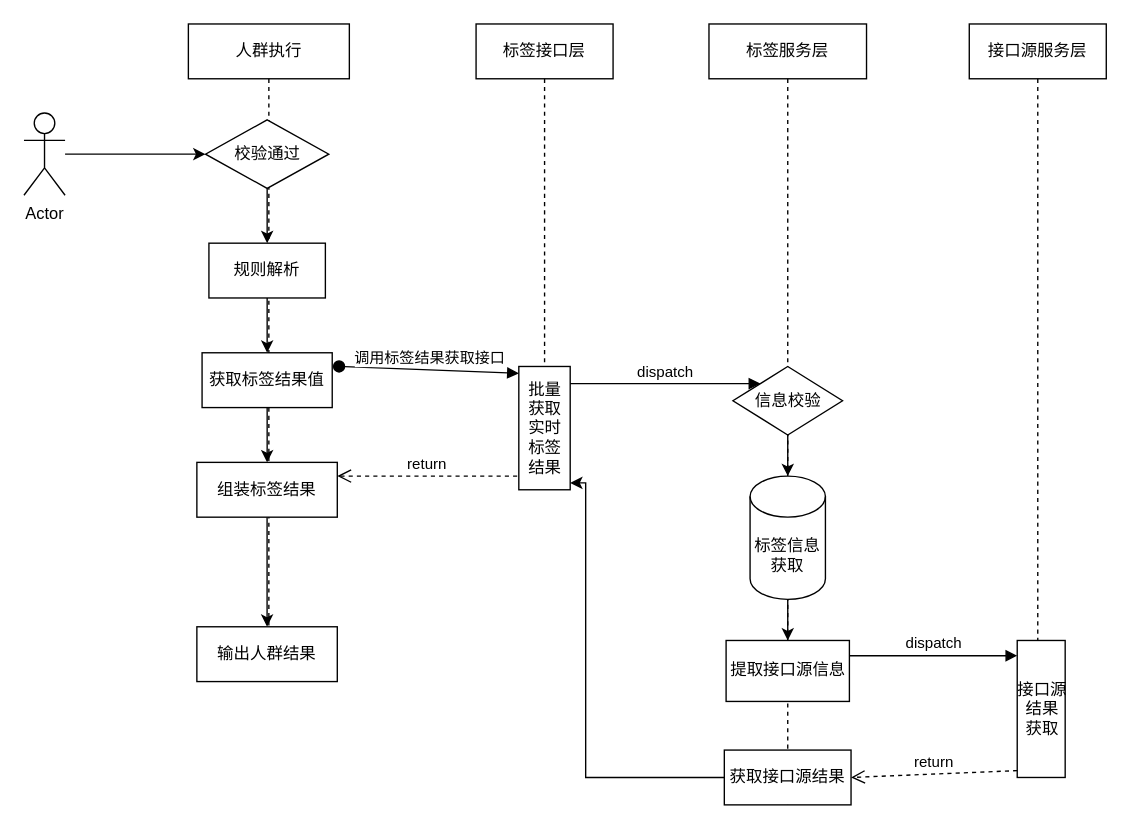
Earlier version of the draw.io diagram 实时标签泳道图.drawio (1418956397/JavaWeb-Project-Source-Share). Source tidied: cells renumbered, new cells numbered last; positions are measured from the earlier drawing's top-left corner, leaving out a move shared by most shapes. Both pictures are drawn from the tidied source at 137%, with x=0, y=0 at pixel (23, 23).
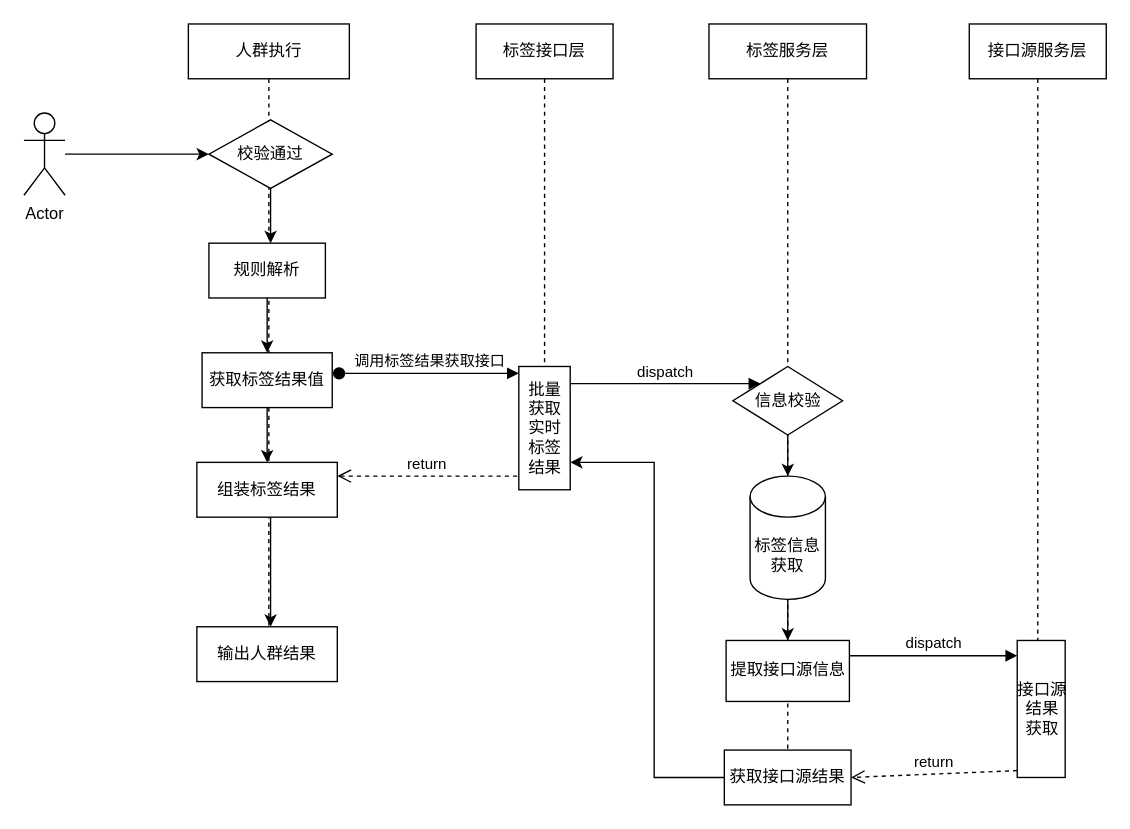
The same page after the edit.

Commit message:
更新实时标签泳道图.drawio

The change refers to these unchanged cells:
```xml
<mxCell id="4" value="人群执行" style="shape=umlLifeline;whiteSpace=wrap;html=1;newEdgeStyle={&quot;curved&quot;:0,&quot;rounded&quot;:0};perimeter=rectanglePerimeter;targetShapes=umlLifeline;participant=label;" parent="1" vertex="1">
  <mxGeometry x="120" width="117.5" height="480" as="geometry" />
</mxCell>
<mxCell id="6" value="规则解析" style="whiteSpace=wrap;html=1;" parent="4" vertex="1">
  <mxGeometry x="15" y="160" width="85" height="40" as="geometry" />
</mxCell>
<mxCell id="10" value="组装标签结果" style="whiteSpace=wrap;html=1;" parent="4" vertex="1">
  <mxGeometry x="6.2" y="320" width="102.5" height="40" as="geometry" />
</mxCell>
<mxCell id="11" value="输出人群结果" style="whiteSpace=wrap;html=1;" parent="4" vertex="1">
  <mxGeometry x="6.2" y="440" width="102.5" height="40" as="geometry" />
</mxCell>
<mxCell id="15" value="批量&lt;div&gt;获取&lt;/div&gt;&lt;div&gt;实时&lt;/div&gt;&lt;div&gt;标签&lt;/div&gt;&lt;div&gt;结果&lt;/div&gt;" style="html=1;points=[[0,0,0,0,5],[0,1,0,0,-5],[1,0,0,0,5],[1,1,0,0,-5]];perimeter=orthogonalPerimeter;outlineConnect=0;targetShapes=umlLifeline;portConstraint=eastwest;newEdgeStyle={&quot;curved&quot;:0,&quot;rounded&quot;:0};" parent="14" vertex="1">
  <mxGeometry x="31.2" y="250" width="37.5" height="90" as="geometry" />
</mxCell>
<mxCell id="19" value="获取接口源结果" style="whiteSpace=wrap;html=1;" parent="17" vertex="1">
  <mxGeometry x="11.2" y="530" width="92.5" height="40" as="geometry" />
</mxCell>
```

The edit, as a diff of the source:
```diff
@@
     <mxCell id="9" style="edgeStyle=orthogonalEdgeStyle;rounded=0;jettySize=auto;html=1;" parent="4" edge="1" source="10" target="11">
-      <mxGeometry relative="1" as="geometry" />
+      <mxGeometry relative="1" as="geometry">
+        <Array as="points">
+          <mxPoint x="60" y="400" />
+          <mxPoint x="60" y="400" />
+        </Array>
+      </mxGeometry>
     </mxCell>
@@
     <mxCell id="12" style="edgeStyle=orthogonalEdgeStyle;rounded=0;jettySize=auto;html=1;" parent="1" edge="1" source="13" target="6">
-      <mxGeometry relative="1" as="geometry" />
+      <mxGeometry relative="1" as="geometry">
+        <Array as="points">
+          <mxPoint x="180" y="150" />
+          <mxPoint x="180" y="150" />
+        </Array>
+      </mxGeometry>
     </mxCell>
     <mxCell id="13" value="校验通过" style="rhombus;whiteSpace=wrap;html=1;" parent="1" vertex="1">
-      <mxGeometry x="132.5" y="70" width="90" height="50" as="geometry" />
+      <mxGeometry x="135" y="70" width="90" height="50" as="geometry" />
     </mxCell>
@@
     <mxCell id="16" value="调用标签结果获取接口" style="html=1;verticalAlign=bottom;startArrow=oval;endArrow=block;startSize=8;curved=0;rounded=0;entryX=0;entryY=0;entryDx=0;entryDy=5;" parent="1" edge="1" target="15">
       <mxGeometry relative="1" as="geometry">
-        <mxPoint x="230" y="250" as="sourcePoint" />
+        <mxPoint x="230" y="255" as="sourcePoint" />
       </mxGeometry>
     </mxCell>
@@
     <mxCell id="20" value="return" style="html=1;verticalAlign=bottom;endArrow=open;dashed=1;endSize=8;curved=0;rounded=0;entryX=1;entryY=0.25;entryDx=0;entryDy=0;" parent="1" edge="1" target="10">
       <mxGeometry relative="1" as="geometry">
         <mxPoint x="360" y="330" as="sourcePoint" />
+        <Array as="points">
+          <mxPoint x="300" y="330" />
+        </Array>
       </mxGeometry>
     </mxCell>
@@
-    <mxCell id="30" style="edgeStyle=orthogonalEdgeStyle;rounded=0;jettySize=auto;html=1;entryX=1;entryY=1;entryDx=0;entryDy=-5;entryPerimeter=0;" parent="1" edge="1" source="19" target="15">
+    <mxCell id="30" style="edgeStyle=orthogonalEdgeStyle;rounded=0;jettySize=auto;html=1;" parent="1" edge="1" source="19" target="15">
       <mxGeometry relative="1" as="geometry">
         <Array as="points">
-          <mxPoint x="410" y="550" />
-          <mxPoint x="410" y="335" />
+          <mxPoint x="460" y="550" />
+          <mxPoint x="460" y="320" />
         </Array>
       </mxGeometry>
     </mxCell>
```
